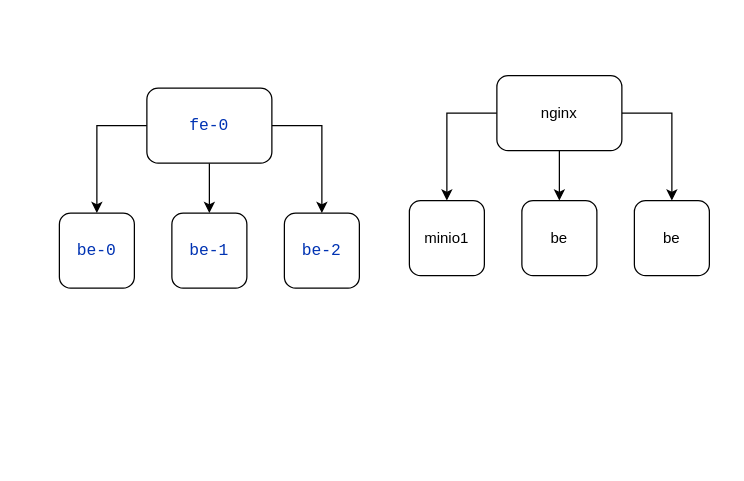
Above: 湖仓.drawio in david-gao1/diagrams (draw.io), before the change. Source tidied: cells renumbered, new cells numbered last; positions are measured from the earlier drawing's top-left corner, leaving out a move shared by most shapes. Both pictures are drawn from the tidied source at 125%, with x=0, y=0 at pixel (59, 75).
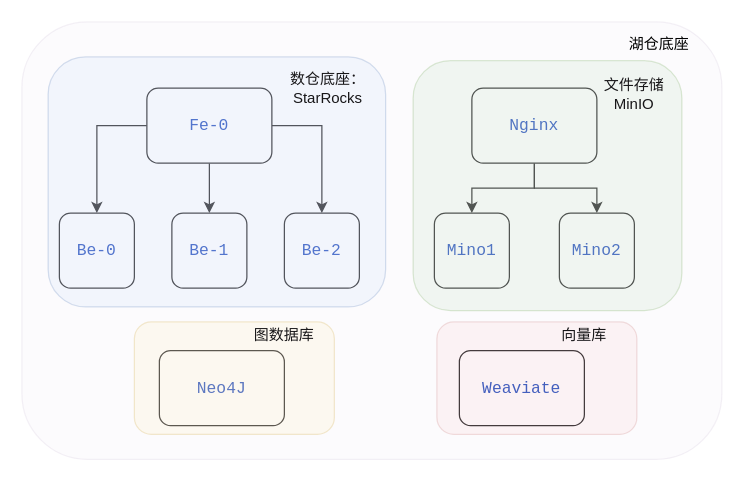
The same page after the edit.

Change to the diagram source:
```diff
@@
-    <mxCell id="5" value="&lt;div style=&quot;background-color:#ffffff;color:#080808&quot;&gt;&lt;pre style=&quot;font-family:'JetBrains Mono',monospace;font-size:9.8pt;&quot;&gt;&lt;span style=&quot;color:#0033b3;&quot;&gt;fe-0&lt;/span&gt;&lt;/pre&gt;&lt;/div&gt;" style="rounded=1;whiteSpace=wrap;html=1;" parent="1" vertex="1">
+    <mxCell id="5" value="&lt;div style=&quot;background-color:#ffffff;color:#080808&quot;&gt;&lt;pre style=&quot;font-family:'JetBrains Mono',monospace;font-size:9.8pt;&quot;&gt;&lt;span style=&quot;color:#0033b3;&quot;&gt;Fe-0&lt;/span&gt;&lt;/pre&gt;&lt;/div&gt;" style="rounded=1;whiteSpace=wrap;html=1;" parent="1" vertex="1">
       <mxGeometry x="70" y="10" width="100" height="60" as="geometry" />
     </mxCell>
-    <mxCell id="6" value="&lt;pre style=&quot;color: rgb(8, 8, 8); font-family: &amp;quot;JetBrains Mono&amp;quot;, monospace; font-size: 9.8pt;&quot;&gt;&lt;span style=&quot;color: rgb(0, 51, 179);&quot;&gt;be-0&lt;/span&gt;&lt;/pre&gt;" style="rounded=1;whiteSpace=wrap;html=1;" parent="1" vertex="1">
+    <mxCell id="6" value="&lt;pre style=&quot;color: rgb(8, 8, 8); font-family: &amp;quot;JetBrains Mono&amp;quot;, monospace; font-size: 9.8pt;&quot;&gt;&lt;span style=&quot;color: rgb(0, 51, 179);&quot;&gt;Be-0&lt;/span&gt;&lt;/pre&gt;" style="rounded=1;whiteSpace=wrap;html=1;" parent="1" vertex="1">
       <mxGeometry y="110" width="60" height="60" as="geometry" />
     </mxCell>
-    <mxCell id="7" value="&lt;pre style=&quot;color: rgb(8, 8, 8); font-family: &amp;quot;JetBrains Mono&amp;quot;, monospace; font-size: 9.8pt;&quot;&gt;&lt;span style=&quot;color: rgb(0, 51, 179);&quot;&gt;be-1&lt;/span&gt;&lt;/pre&gt;" style="rounded=1;whiteSpace=wrap;html=1;" parent="1" vertex="1">
+    <mxCell id="7" value="&lt;pre style=&quot;color: rgb(8, 8, 8); font-family: &amp;quot;JetBrains Mono&amp;quot;, monospace; font-size: 9.8pt;&quot;&gt;&lt;span style=&quot;color: rgb(0, 51, 179);&quot;&gt;Be-1&lt;/span&gt;&lt;/pre&gt;" style="rounded=1;whiteSpace=wrap;html=1;" parent="1" vertex="1">
       <mxGeometry x="90" y="110" width="60" height="60" as="geometry" />
     </mxCell>
-    <mxCell id="8" value="&lt;pre style=&quot;color: rgb(8, 8, 8); font-family: &amp;quot;JetBrains Mono&amp;quot;, monospace; font-size: 9.8pt;&quot;&gt;&lt;span style=&quot;color: rgb(0, 51, 179);&quot;&gt;be-2&lt;/span&gt;&lt;/pre&gt;" style="rounded=1;whiteSpace=wrap;html=1;" parent="1" vertex="1">
+    <mxCell id="8" value="&lt;pre style=&quot;color: rgb(8, 8, 8); font-family: &amp;quot;JetBrains Mono&amp;quot;, monospace; font-size: 9.8pt;&quot;&gt;&lt;span style=&quot;color: rgb(0, 51, 179);&quot;&gt;Be-2&lt;/span&gt;&lt;/pre&gt;" style="rounded=1;whiteSpace=wrap;html=1;" parent="1" vertex="1">
       <mxGeometry x="180" y="110" width="60" height="60" as="geometry" />
     </mxCell>
@@
-    <mxCell id="11" style="edgeStyle=orthogonalEdgeStyle;rounded=0;jettySize=auto;html=1;entryX=0.5;entryY=0;entryDx=0;entryDy=0;" parent="1" edge="1" source="12" target="15">
-      <mxGeometry relative="1" as="geometry" />
-    </mxCell>
-    <mxCell id="12" value="nginx" style="rounded=1;whiteSpace=wrap;html=1;" parent="1" vertex="1">
-      <mxGeometry x="350" width="100" height="60" as="geometry" />
+    <mxCell id="12" value="&lt;pre style=&quot;font-family: &amp;quot;JetBrains Mono&amp;quot;, monospace; font-size: 9.8pt;&quot;&gt;&lt;font color=&quot;#0033b3&quot;&gt;Nginx&lt;/font&gt;&lt;/pre&gt;" style="rounded=1;whiteSpace=wrap;html=1;" parent="1" vertex="1">
+      <mxGeometry x="330" y="10" width="100" height="60" as="geometry" />
     </mxCell>
-    <mxCell id="13" value="minio1" style="rounded=1;whiteSpace=wrap;html=1;" parent="1" vertex="1">
-      <mxGeometry x="280" y="100" width="60" height="60" as="geometry" />
+    <mxCell id="13" value="&lt;pre style=&quot;font-family: &amp;quot;JetBrains Mono&amp;quot;, monospace; font-size: 9.8pt;&quot;&gt;&lt;font color=&quot;#0033b3&quot;&gt;Mino1&lt;/font&gt;&lt;/pre&gt;" style="rounded=1;whiteSpace=wrap;html=1;" parent="1" vertex="1">
+      <mxGeometry x="300" y="110" width="60" height="60" as="geometry" />
     </mxCell>
-    <mxCell id="14" value="be" style="rounded=1;whiteSpace=wrap;html=1;" parent="1" vertex="1">
-      <mxGeometry x="370" y="100" width="60" height="60" as="geometry" />
+    <mxCell id="14" value="&lt;pre style=&quot;font-family: &amp;quot;JetBrains Mono&amp;quot;, monospace; font-size: 9.8pt;&quot;&gt;&lt;font color=&quot;#0033b3&quot;&gt;Mino2&lt;/font&gt;&lt;/pre&gt;" style="rounded=1;whiteSpace=wrap;html=1;" parent="1" vertex="1">
+      <mxGeometry x="400" y="110" width="60" height="60" as="geometry" />
     </mxCell>
-    <mxCell id="15" value="be" style="rounded=1;whiteSpace=wrap;html=1;" parent="1" vertex="1">
-      <mxGeometry x="460" y="100" width="60" height="60" as="geometry" />
-    </mxCell>
+    <mxCell id="16" value="&lt;pre style=&quot;font-family: &amp;quot;JetBrains Mono&amp;quot;, monospace; font-size: 9.8pt;&quot;&gt;&lt;font color=&quot;#0033b3&quot;&gt;Neo4J&lt;/font&gt;&lt;/pre&gt;" style="rounded=1;whiteSpace=wrap;html=1;" parent="1" vertex="1">
+      <mxGeometry x="80" y="220" width="100" height="60" as="geometry" />
+    </mxCell>
+    <mxCell id="17" value="&lt;pre style=&quot;font-family: &amp;quot;JetBrains Mono&amp;quot;, monospace; font-size: 9.8pt;&quot;&gt;&lt;font color=&quot;#0033b3&quot;&gt;Weaviate&lt;/font&gt;&lt;/pre&gt;" style="rounded=1;whiteSpace=wrap;html=1;" parent="1" vertex="1">
+      <mxGeometry x="320" y="220" width="100" height="60" as="geometry" />
+    </mxCell>
+    <mxCell id="18" style="rounded=1;whiteSpace=wrap;html=1;opacity=30;fillColor=#dae8fc;strokeColor=#6c8ebf;" parent="1" vertex="1">
+      <mxGeometry x="-9" y="-15" width="270" height="200" as="geometry" />
+    </mxCell>
+    <mxCell id="19" style="rounded=1;whiteSpace=wrap;html=1;opacity=30;fillColor=#d5e8d4;strokeColor=#82b366;" parent="1" vertex="1">
+      <mxGeometry x="283" y="-12" width="215" height="200" as="geometry" />
+    </mxCell>
+    <mxCell id="20" value="数仓底座：StarRocks" style="text;html=1;align=center;verticalAlign=middle;whiteSpace=wrap;rounded=0;" parent="1" vertex="1">
+      <mxGeometry x="180" width="70" height="20" as="geometry" />
+    </mxCell>
+    <mxCell id="21" value="文件存储MinIO" style="text;html=1;align=center;verticalAlign=middle;whiteSpace=wrap;rounded=0;" parent="1" vertex="1">
+      <mxGeometry x="430" width="60" height="30" as="geometry" />
+    </mxCell>
+    <mxCell id="22" style="rounded=1;whiteSpace=wrap;html=1;opacity=30;fillColor=#fff2cc;strokeColor=#d6b656;" parent="1" vertex="1">
+      <mxGeometry x="60" y="197" width="160" height="90" as="geometry" />
+    </mxCell>
+    <mxCell id="23" value="图数据库" style="text;html=1;align=center;verticalAlign=middle;whiteSpace=wrap;rounded=0;" parent="1" vertex="1">
+      <mxGeometry x="150" y="193" width="60" height="30" as="geometry" />
+    </mxCell>
+    <mxCell id="24" style="rounded=1;whiteSpace=wrap;html=1;opacity=20;fillColor=#f8cecc;strokeColor=#b85450;" parent="1" vertex="1">
+      <mxGeometry x="302" y="197" width="160" height="90" as="geometry" />
+    </mxCell>
+    <mxCell id="25" value="向量库" style="text;html=1;align=center;verticalAlign=middle;whiteSpace=wrap;rounded=0;" parent="1" vertex="1">
+      <mxGeometry x="390" y="193" width="60" height="30" as="geometry" />
+    </mxCell>
+    <mxCell id="26" style="rounded=1;whiteSpace=wrap;html=1;fillColor=#e1d5e7;strokeColor=#9673a6;opacity=10;" parent="1" vertex="1">
+      <mxGeometry x="-30" y="-43" width="560" height="350" as="geometry" />
+    </mxCell>
+    <mxCell id="27" value="湖仓底座" style="text;html=1;align=center;verticalAlign=middle;whiteSpace=wrap;rounded=0;" parent="1" vertex="1">
+      <mxGeometry x="450" y="-40" width="60" height="30" as="geometry" />
+    </mxCell>
```
